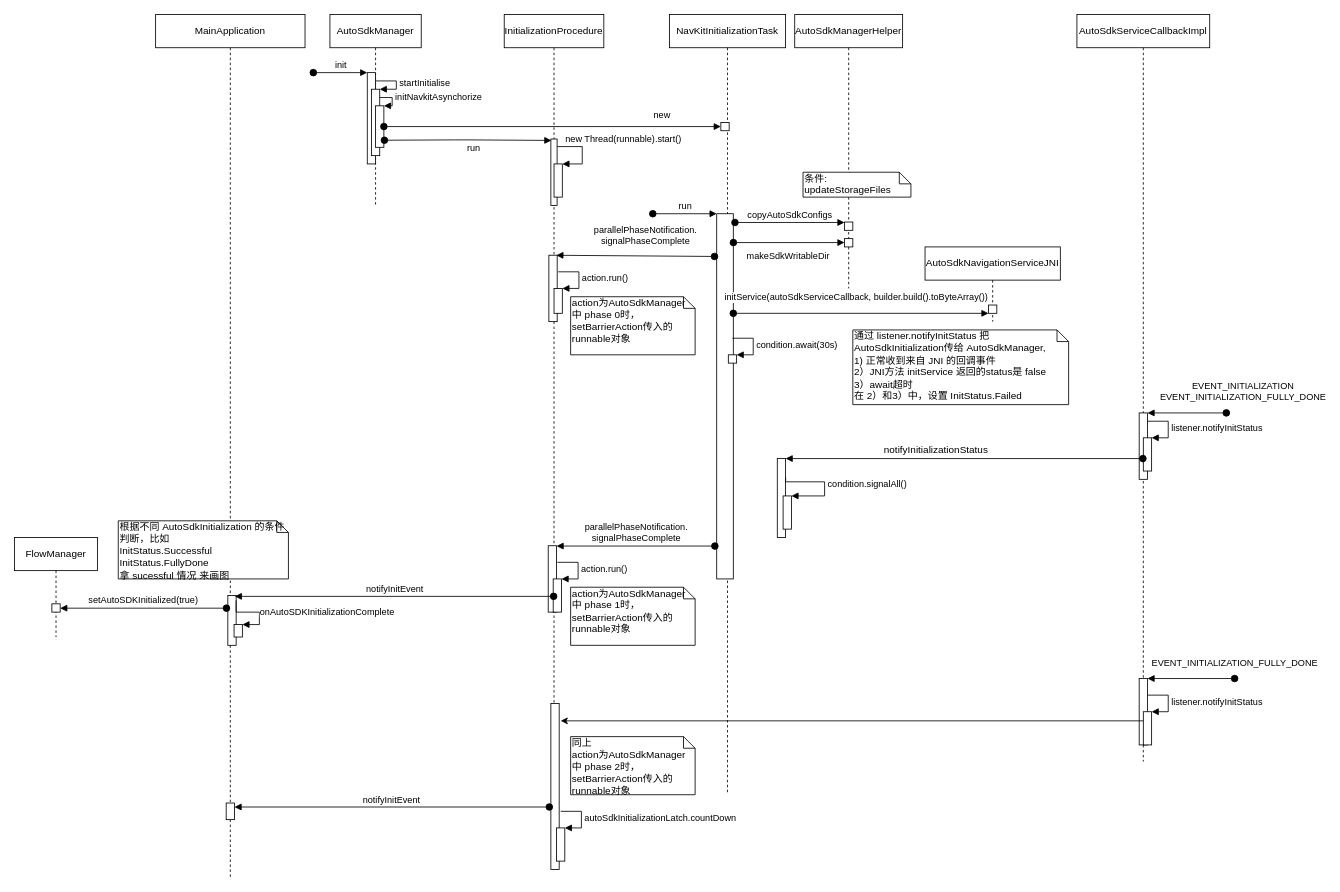
This is page "Page-2" (2 of 2) of Navkit_load_procesee.drawio from joyment2010/joy, a draw.io file, before an edit. Source tidied: cells renumbered, new cells numbered last; positions are measured from the earlier drawing's top-left corner, leaving out a move shared by most shapes. Both pictures are drawn from the tidied source at 83%, with x=0, y=0 at pixel (14, 14).
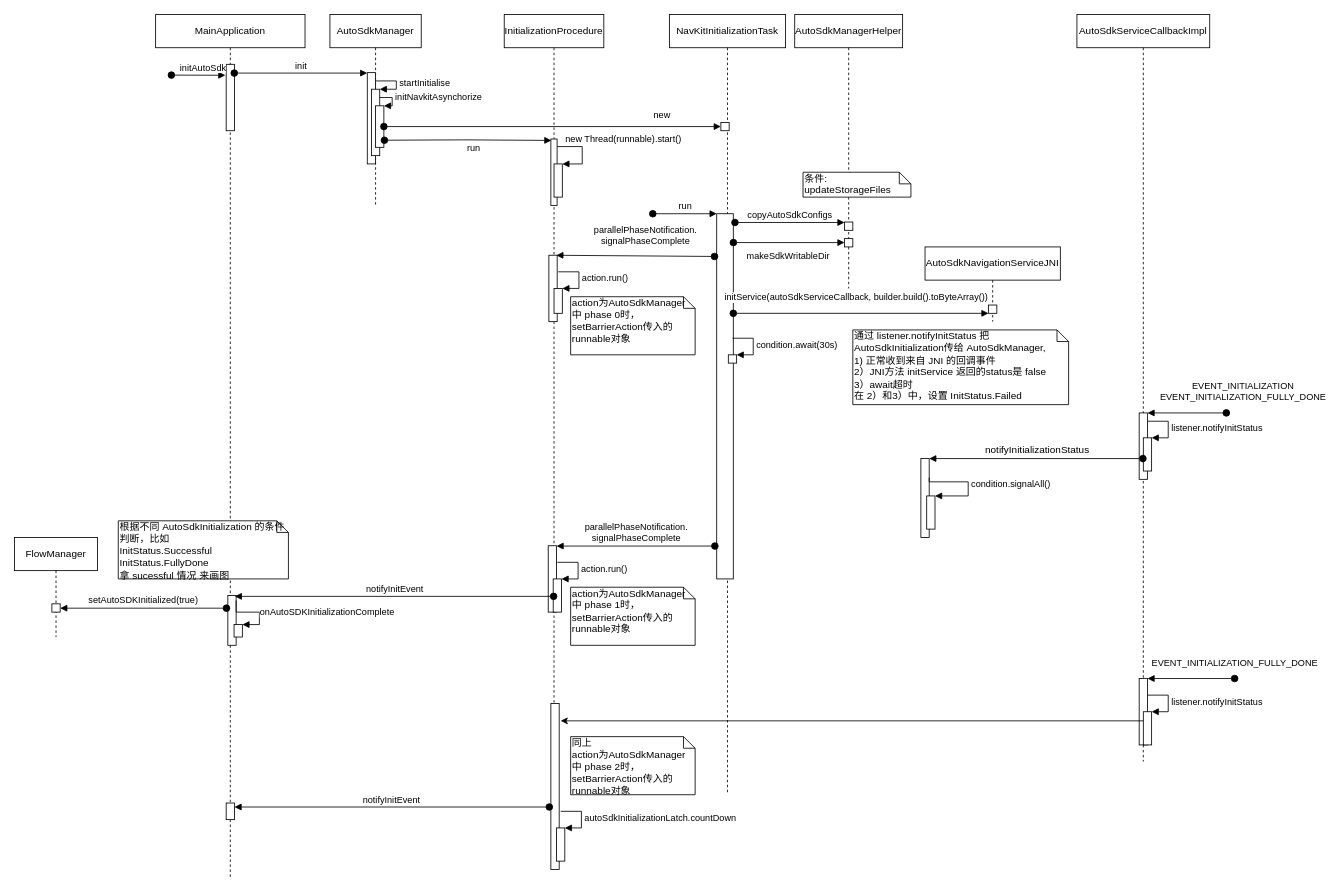
Above is the later version.

Unchanged cells that the change refers to:
```xml
<mxCell id="2" value="AutoSdkManager" style="shape=umlLifeline;perimeter=lifelinePerimeter;whiteSpace=wrap;html=1;" parent="1" vertex="1">
  <mxGeometry x="380" width="110" height="230" as="geometry" />
</mxCell>
<mxCell id="3" style="html=1;points=[];perimeter=orthogonalPerimeter;" parent="2" vertex="1">
  <mxGeometry x="45" y="70" width="10" height="110" as="geometry" />
</mxCell>
<mxCell id="9" value="NavKitInitializationTask" style="shape=umlLifeline;perimeter=lifelinePerimeter;whiteSpace=wrap;html=1;" parent="1" vertex="1">
  <mxGeometry x="789" width="140" height="940" as="geometry" />
</mxCell>
<mxCell id="58" value="MainApplication" style="shape=umlLifeline;perimeter=lifelinePerimeter;whiteSpace=wrap;html=1;" parent="1" vertex="1">
  <mxGeometry x="170" width="180" height="1040" as="geometry" />
</mxCell>
```

The edit, as a diff of the source:
```diff
@@
-    <mxCell id="4" value="init" style="html=1;verticalAlign=bottom;startArrow=oval;endArrow=block;startSize=8;" parent="2" edge="1" target="3">
-      <mxGeometry relative="1" as="geometry">
-        <mxPoint x="-20" y="70" as="sourcePoint" />
-      </mxGeometry>
-    </mxCell>
@@
     <mxCell id="13" style="html=1;points=[];perimeter=orthogonalPerimeter;" parent="9" vertex="1">
-      <mxGeometry x="130" y="535" width="10" height="95" as="geometry" />
+      <mxGeometry x="303" y="535" width="10" height="95" as="geometry" />
     </mxCell>
@@
     <mxCell id="57" value="notifyInitializationStatus" style="text;html=1;align=center;verticalAlign=middle;" parent="1" vertex="1">
-      <mxGeometry x="1040" y="515" width="140" height="20" as="geometry" />
+      <mxGeometry x="1162" y="515" width="140" height="20" as="geometry" />
     </mxCell>
@@
+    <mxCell id="71" style="html=1;points=[];perimeter=orthogonalPerimeter;" parent="58" vertex="1">
+      <mxGeometry x="85" y="60" width="10" height="80" as="geometry" />
+    </mxCell>
+    <mxCell id="72" value="initAutoSdk" style="html=1;verticalAlign=bottom;startArrow=oval;endArrow=block;startSize=8;entryX=-0.093;entryY=0.165;entryDx=0;entryDy=0;entryPerimeter=0;" parent="58" edge="1" target="71">
+      <mxGeometry x="0.17" relative="1" as="geometry">
+        <mxPoint x="19" y="73" as="sourcePoint" />
+      </mxGeometry>
+    </mxCell>
@@
     <mxCell id="68" style="html=1;points=[];perimeter=orthogonalPerimeter;" parent="1" vertex="1">
-      <mxGeometry x="926" y="580" width="10" height="40" as="geometry" />
+      <mxGeometry x="1099" y="580" width="10" height="40" as="geometry" />
     </mxCell>
     <mxCell id="69" value="condition.signalAll()" style="edgeStyle=orthogonalEdgeStyle;html=1;align=left;spacingLeft=2;endArrow=block;rounded=0;entryX=1;entryY=0;exitX=1;exitY=0.242;exitDx=0;exitDy=0;exitPerimeter=0;" parent="1" edge="1" source="13" target="68">
       <mxGeometry relative="1" as="geometry">
         <Array as="points">
-          <mxPoint x="976" y="563" />
-          <mxPoint x="976" y="580" />
+          <mxPoint x="1149" y="563" />
+          <mxPoint x="1149" y="580" />
         </Array>
       </mxGeometry>
     </mxCell>
@@
+    <mxCell id="4" value="init" style="html=1;verticalAlign=bottom;startArrow=oval;endArrow=block;startSize=8;exitX=0.973;exitY=0.132;exitDx=0;exitDy=0;exitPerimeter=0;" parent="1" edge="1" source="71" target="3">
+      <mxGeometry relative="1" as="geometry" />
+    </mxCell>
```
